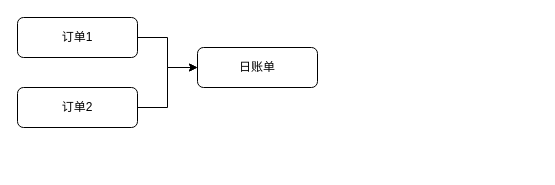
Before: 财务管理关系.drawio in pbm0802/GitIDEATest, a draw.io diagram. Source tidied: cells renumbered, new cells numbered last; positions are measured from the earlier drawing's top-left corner, leaving out a move shared by most shapes. Both pictures are drawn from the tidied source at 100%, with x=0, y=0 at pixel (17, 17).
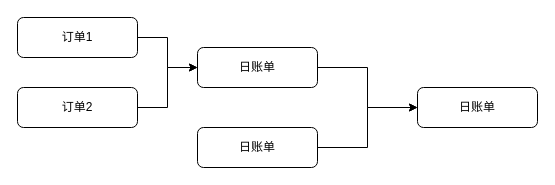
After the change.

Commit message (it also covers changes not shown here):
更新财务管理关系.drawio

Diff of the diagram source:
```diff
@@
 <mxGraphModel>
   <root>
     <mxCell id="0" />
     <mxCell id="1" parent="0" />
+    <mxCell id="7" style="edgeStyle=orthogonalEdgeStyle;rounded=0;jettySize=auto;html=1;exitX=1;exitY=0.5;exitDx=0;exitDy=0;entryX=0;entryY=0.5;entryDx=0;entryDy=0;" parent="1" edge="1" source="2" target="10">
+      <mxGeometry relative="1" as="geometry" />
+    </mxCell>
     <mxCell id="2" value="日账单" style="rounded=1;whiteSpace=wrap;html=1;fontSize=12;glass=0;strokeWidth=1;shadow=0;" parent="1" vertex="1">
       <mxGeometry x="180" y="30" width="120" height="40" as="geometry" />
     </mxCell>
     <mxCell id="3" style="edgeStyle=orthogonalEdgeStyle;rounded=0;jettySize=auto;html=1;exitX=1;exitY=0.5;exitDx=0;exitDy=0;" parent="1" edge="1" source="4" target="2">
       <mxGeometry relative="1" as="geometry" />
     </mxCell>
     <mxCell id="4" value="订单1" style="rounded=1;whiteSpace=wrap;html=1;fontSize=12;glass=0;strokeWidth=1;shadow=0;" parent="1" vertex="1">
       <mxGeometry width="120" height="40" as="geometry" />
     </mxCell>
     <mxCell id="5" style="edgeStyle=orthogonalEdgeStyle;rounded=0;jettySize=auto;html=1;exitX=1;exitY=0.5;exitDx=0;exitDy=0;entryX=0;entryY=0.5;entryDx=0;entryDy=0;" parent="1" edge="1" source="6" target="2">
       <mxGeometry relative="1" as="geometry" />
     </mxCell>
     <mxCell id="6" value="订单2" style="rounded=1;whiteSpace=wrap;html=1;fontSize=12;glass=0;strokeWidth=1;shadow=0;" parent="1" vertex="1">
       <mxGeometry y="70" width="120" height="40" as="geometry" />
     </mxCell>
+    <mxCell id="8" style="edgeStyle=orthogonalEdgeStyle;rounded=0;jettySize=auto;html=1;exitX=1;exitY=0.5;exitDx=0;exitDy=0;entryX=0;entryY=0.5;entryDx=0;entryDy=0;" parent="1" edge="1" source="9" target="10">
+      <mxGeometry relative="1" as="geometry" />
+    </mxCell>
+    <mxCell id="9" value="日账单" style="rounded=1;whiteSpace=wrap;html=1;fontSize=12;glass=0;strokeWidth=1;shadow=0;" parent="1" vertex="1">
+      <mxGeometry x="180" y="110" width="120" height="40" as="geometry" />
+    </mxCell>
+    <mxCell id="10" value="日账单" style="rounded=1;whiteSpace=wrap;html=1;fontSize=12;glass=0;strokeWidth=1;shadow=0;" parent="1" vertex="1">
+      <mxGeometry x="400" y="70" width="120" height="40" as="geometry" />
+    </mxCell>
   </root>
 </mxGraphModel>
```
